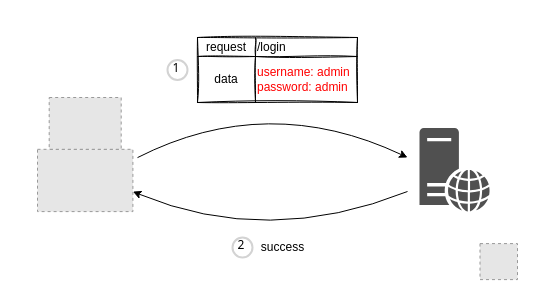
The draw.io diagram content/default-credential.drawio in qeeqbox/default-credential, before the edit. Source tidied: cells renumbered, new cells numbered last; positions are measured from the earlier drawing's top-left corner, leaving out a move shared by most shapes. Both pictures are drawn from the tidied source at 100%, with x=0, y=0 at pixel (17, 17). Pictures stored in the file or linked from it are replaced by grey dashed boxes.
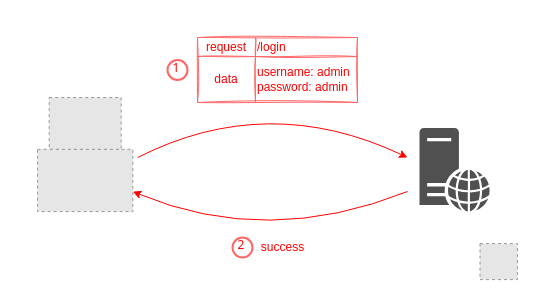
Above is the later version.

Unchanged cells that the change refers to:
```xml
<mxCell id="14" style="shape=tableRow;horizontal=0;startSize=0;swimlaneHead=0;swimlaneBody=0;top=0;left=0;bottom=0;right=0;fillColor=none;" parent="13" vertex="1">
  <mxGeometry width="160" height="19" as="geometry" />
</mxCell>
<mxCell id="17" style="shape=tableRow;horizontal=0;startSize=0;swimlaneHead=0;swimlaneBody=0;top=0;left=0;bottom=0;right=0;fillColor=none;" parent="13" vertex="1">
  <mxGeometry y="19" width="160" height="46" as="geometry" />
</mxCell>
```

Change to the diagram source:
```diff
@@
-    <mxCell id="7" style="curved=1;endArrow=classic;html=1;flowAnimation=1;" parent="1" edge="1">
+    <mxCell id="7" style="curved=1;endArrow=classic;html=1;flowAnimation=1;strokeColor=#FF0000;" parent="1" edge="1">
       <mxGeometry relative="1" as="geometry">
         <mxPoint x="120" y="140.1" as="sourcePoint" />
         <mxPoint x="390" y="140" as="targetPoint" />
         <Array as="points">
           <mxPoint x="250" y="74" />
         </Array>
       </mxGeometry>
     </mxCell>
-    <mxCell id="8" style="curved=1;endArrow=classic;html=1;flowAnimation=1;" parent="1" edge="1">
+    <mxCell id="8" style="curved=1;endArrow=classic;html=1;flowAnimation=1;strokeColor=#FF0000;" parent="1" edge="1">
       <mxGeometry relative="1" as="geometry">
         <mxPoint x="390" y="174" as="sourcePoint" />
         <mxPoint x="115.4" y="174.1" as="targetPoint" />
         <Array as="points">
           <mxPoint x="250" y="230" />
         </Array>
       </mxGeometry>
     </mxCell>
-    <mxCell id="9" value="success" style="text;html=1;align=center;verticalAlign=middle;strokeColor=none;fillColor=none;" parent="1" vertex="1">
+    <mxCell id="9" value="success" style="text;html=1;align=center;verticalAlign=middle;strokeColor=none;fillColor=none;fontColor=#FF0000;" parent="1" vertex="1">
       <mxGeometry x="235" y="220" width="60" height="20" as="geometry" />
     </mxCell>
-    <mxCell id="10" value="1" style="ellipse;whiteSpace=wrap;html=1;strokeWidth=2;fontFamily=Tahoma;spacingBottom=4;spacingRight=2;strokeColor=#d3d3d3;" parent="1" vertex="1">
+    <mxCell id="10" value="1" style="ellipse;whiteSpace=wrap;html=1;strokeWidth=2;fontFamily=Tahoma;spacingBottom=4;spacingRight=2;strokeColor=#FF6666;fontColor=#FF0000;" parent="1" vertex="1">
       <mxGeometry x="150" y="42.5" width="20" height="20" as="geometry" />
     </mxCell>
-    <mxCell id="11" value="2" style="ellipse;whiteSpace=wrap;html=1;strokeWidth=2;fontFamily=Tahoma;spacingBottom=4;spacingRight=2;strokeColor=#d3d3d3;" parent="1" vertex="1">
+    <mxCell id="11" value="2" style="ellipse;whiteSpace=wrap;html=1;strokeWidth=2;fontFamily=Tahoma;spacingBottom=4;spacingRight=2;strokeColor=#FF6666;fontColor=#FF0000;" parent="1" vertex="1">
       <mxGeometry x="215" y="220" width="20" height="20" as="geometry" />
     </mxCell>
@@
-    <mxCell id="13" style="shape=table;html=1;whiteSpace=wrap;startSize=0;childLayout=tableLayout;align=left;rounded=0;shadow=0;sketch=1;arcSize=0;" parent="1" vertex="1">
+    <mxCell id="13" style="shape=table;html=1;whiteSpace=wrap;startSize=0;childLayout=tableLayout;align=left;rounded=0;shadow=0;sketch=1;arcSize=0;strokeColor=#FF6666;fontColor=#FF0000;" parent="1" vertex="1">
       <mxGeometry x="180" y="20" width="160" height="65" as="geometry" />
     </mxCell>
@@
-    <mxCell id="15" value="request" style="shape=partialRectangle;html=1;whiteSpace=wrap;fillColor=none;top=0;left=0;bottom=0;right=0;overflow=hidden;" parent="14" vertex="1">
+    <mxCell id="15" value="request" style="shape=partialRectangle;html=1;whiteSpace=wrap;fillColor=none;top=0;left=0;bottom=0;right=0;overflow=hidden;fontColor=#FF0000;" parent="14" vertex="1">
       <mxGeometry width="58" height="19" as="geometry" />
     </mxCell>
-    <mxCell id="16" value="&lt;span style=&quot;text-align: center&quot;&gt;/login&lt;/span&gt;" style="shape=partialRectangle;html=1;whiteSpace=wrap;fillColor=none;top=0;left=0;bottom=0;right=0;overflow=hidden;align=left;" parent="14" vertex="1">
+    <mxCell id="16" value="&lt;span style=&quot;text-align: center&quot;&gt;&lt;font style=&quot;color: rgb(255, 0, 0);&quot;&gt;/login&lt;/font&gt;&lt;/span&gt;" style="shape=partialRectangle;html=1;whiteSpace=wrap;fillColor=none;top=0;left=0;bottom=0;right=0;overflow=hidden;align=left;" parent="14" vertex="1">
       <mxGeometry x="58" width="102" height="19" as="geometry" />
     </mxCell>
@@
-    <mxCell id="18" value="data" style="shape=partialRectangle;html=1;whiteSpace=wrap;fillColor=none;top=0;left=0;bottom=0;right=0;overflow=hidden;" parent="17" vertex="1">
+    <mxCell id="18" value="data" style="shape=partialRectangle;html=1;whiteSpace=wrap;fillColor=none;top=0;left=0;bottom=0;right=0;overflow=hidden;fontColor=#FF0000;" parent="17" vertex="1">
       <mxGeometry width="58" height="46" as="geometry" />
     </mxCell>
```
